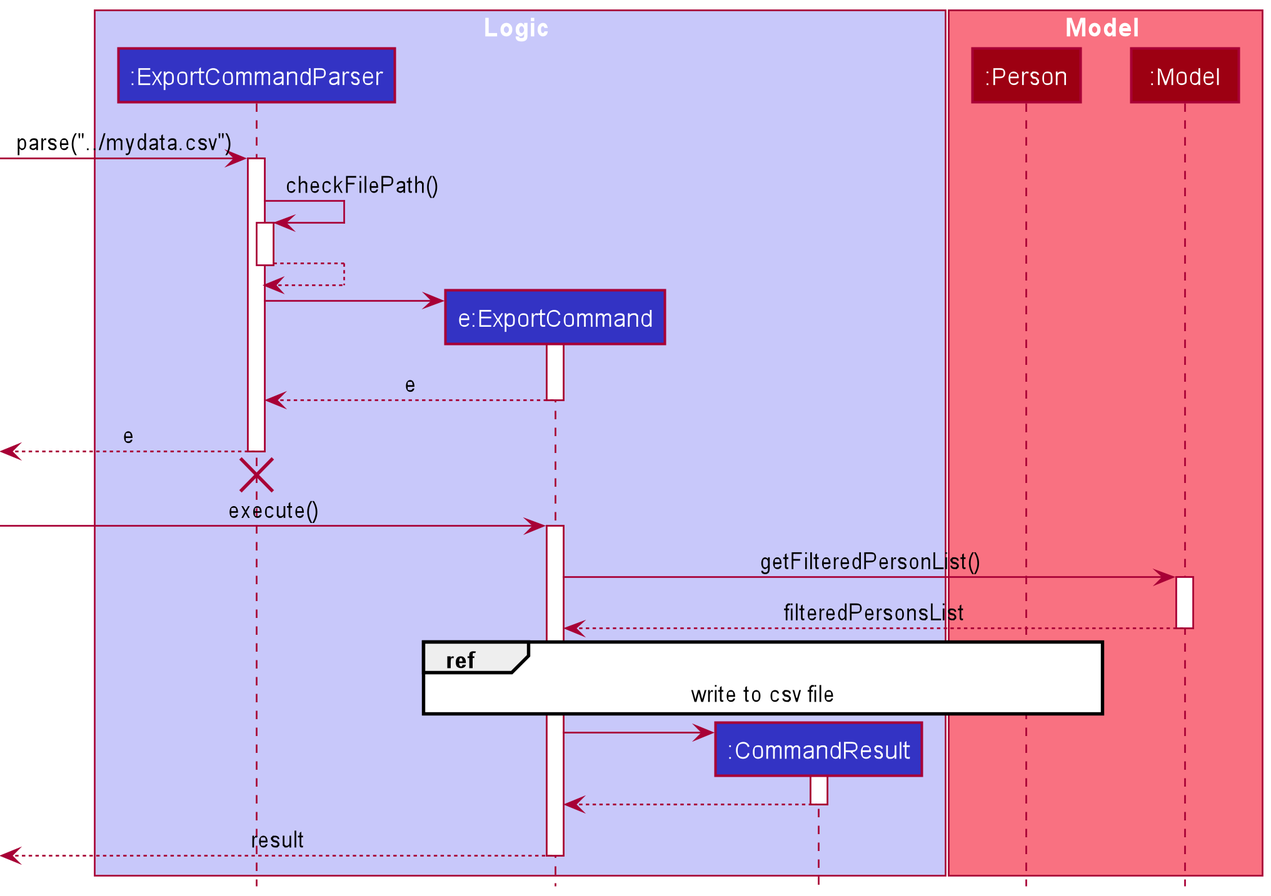
Above: docs/images/ExportSequenceDiagram.png in rcjj98/tp (PlantUML), before the change.
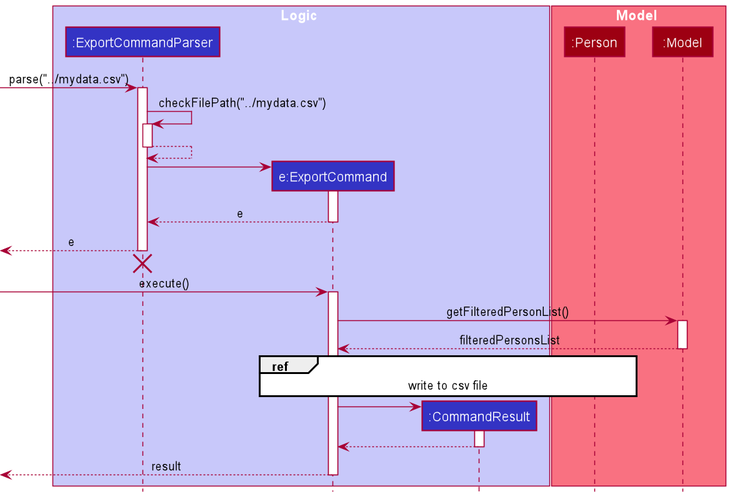
After the change.

What changed in the source:
```diff
@@ -16,7 +16,7 @@
 activate ExportCommandParser
 
 
-ExportCommandParser -> ExportCommandParser : checkFilePath()
+ExportCommandParser -> ExportCommandParser : checkFilePath("../mydata.csv")
 activate ExportCommandParser
 
 ExportCommandParser --> ExportCommandParser
```
